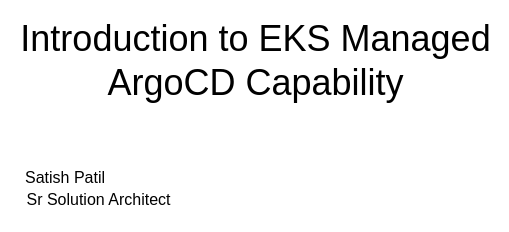
aws-samples/eks-blueprints-for-terraform-workshop keeps this draw.io diagram as page "Market" (4 of 5) of static/slides/capabilities.drawio. Above is the earlier version. Source tidied: cells renumbered, new cells numbered last; positions are measured from the earlier drawing's top-left corner, leaving out a move shared by most shapes. Both pictures are drawn from the tidied source at 100%, with x=0, y=0 at pixel (17, 45).
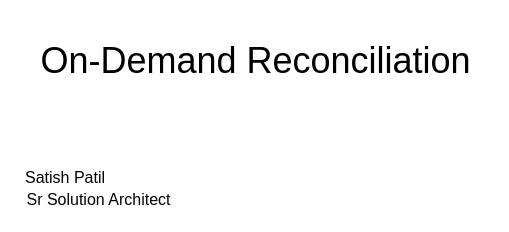
The same diagram, later.

What changed in the source:
```diff
@@
 <mxGraphModel>
   <root>
     <mxCell id="0" />
     <mxCell id="1" parent="0" />
-    <mxCell id="2" value="&lt;font style=&quot;font-size: 36px;&quot;&gt;Introduction to EKS Managed ArgoCD Capability&lt;/font&gt;" style="text;html=1;strokeColor=none;fillColor=none;align=center;verticalAlign=middle;whiteSpace=wrap;rounded=0;" parent="1" vertex="1">
+    <mxCell id="2" value="&lt;font style=&quot;font-size: 36px;&quot;&gt;On-Demand Reconciliation&lt;/font&gt;" style="text;html=1;strokeColor=none;fillColor=none;align=center;verticalAlign=middle;whiteSpace=wrap;rounded=0;" parent="1" vertex="1">
       <mxGeometry x="2" width="473" height="30" as="geometry" />
     </mxCell>
     <mxCell id="3" value="Satish Patil" style="text;html=1;strokeColor=none;fillColor=none;align=center;verticalAlign=middle;whiteSpace=wrap;rounded=0;fontSize=16;" parent="1" vertex="1">
       <mxGeometry y="117" width="96" height="30" as="geometry" />
     </mxCell>
     <mxCell id="4" value="Sr Solution Architect" style="text;html=1;strokeColor=none;fillColor=none;align=center;verticalAlign=middle;whiteSpace=wrap;rounded=0;fontSize=16;" parent="1" vertex="1">
       <mxGeometry x="4" y="139" width="155" height="30" as="geometry" />
     </mxCell>
   </root>
 </mxGraphModel>
```
